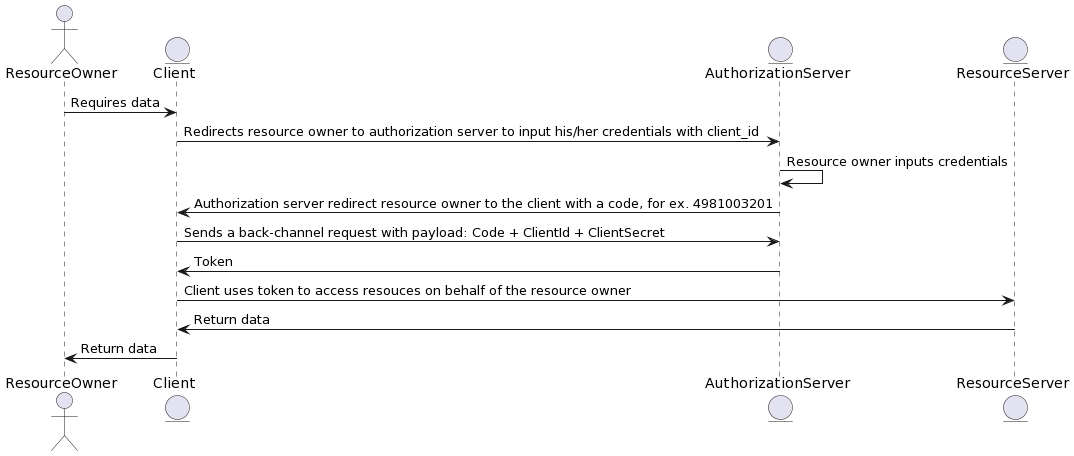
Above: assets/authorization-code-flow.png in saeedmaghdam/oauth2 (PlantUML), before the change.
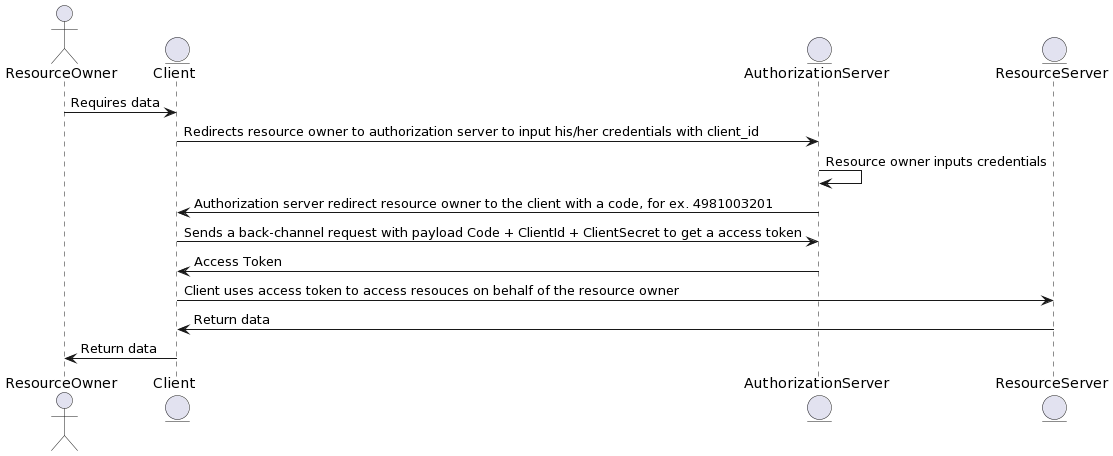
After the commit.

Commit message:
added ropc + updated other diagrams

The edit, as a diff of the source:
```diff
@@ -8,9 +8,9 @@
 client      -> idp                  : Redirects resource owner to authorization server to input his/her credentials with client_id
 idp         -> idp                  : Resource owner inputs credentials
 idp         -> client               : Authorization server redirect resource owner to the client with a code, for ex. 4981003201
-client      -> idp                  : Sends a back-channel request with payload: Code + ClientId + ClientSecret
-idp         -> client               : Token
-client      -> api                  : Client uses token to access resouces on behalf of the resource owner
+client      -> idp                  : Sends a back-channel request with payload Code + ClientId + ClientSecret to get a access token
+idp         -> client               : Access Token
+client      -> api                  : Client uses access token to access resouces on behalf of the resource owner
 api         -> client               : Return data
 client      -> user                 : Return data
 @enduml
```
